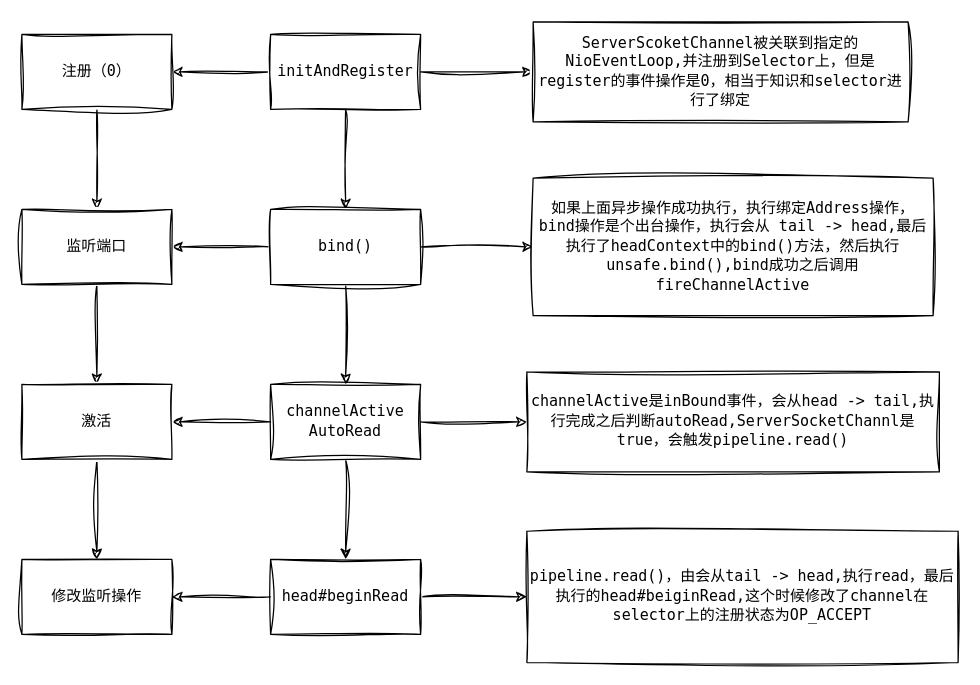
Earlier version of the draw.io diagram 启动流程.drawio (trekked/drawio). Source tidied: cells renumbered, new cells numbered last; positions are measured from the earlier drawing's top-left corner, leaving out a move shared by most shapes. Both pictures are drawn from the tidied source at 125%, with x=0, y=0 at pixel (21, 21).
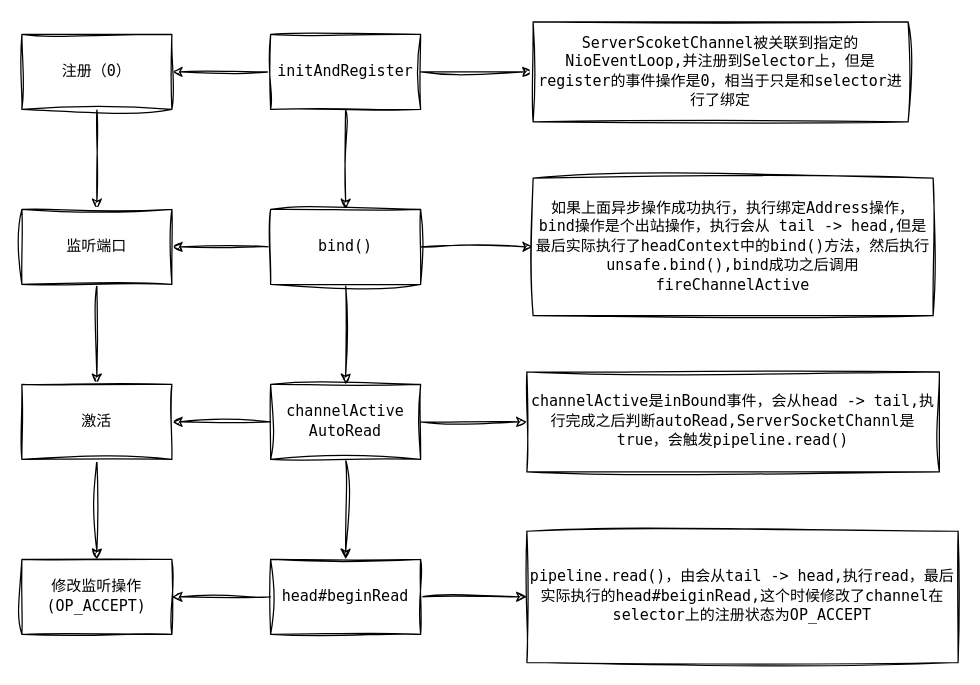
Above is the later version.

Commit message:
更新启动流程.drawio

What changed in the source:
```diff
@@
-    <mxCell id="17" value="&lt;font face=&quot;Monaco, monospace&quot;&gt;ServerScoketChannel被关联到指定的NioEventLoop,并注册到Selector上，但是register的事件操作是0，相当于知识和selector进行了绑定&lt;/font&gt;" style="rounded=0;whiteSpace=wrap;html=1;sketch=1;hachureGap=4;jiggle=2;curveFitting=1;fontFamily=Architects Daughter;" parent="1" vertex="1">
+    <mxCell id="17" value="&lt;font face=&quot;Monaco, monospace&quot;&gt;ServerScoketChannel被关联到指定的NioEventLoop,并注册到Selector上，但是register的事件操作是0，相当于只是和selector进行了绑定&lt;/font&gt;" style="rounded=0;whiteSpace=wrap;html=1;sketch=1;hachureGap=4;jiggle=2;curveFitting=1;fontFamily=Architects Daughter;" parent="1" vertex="1">
       <mxGeometry x="409" width="300" height="80" as="geometry" />
     </mxCell>
-    <mxCell id="18" value="&lt;font face=&quot;Monaco, monospace&quot;&gt;如果上面异步操作成功执行，执行绑定Address操作，bind操作是个出台操作，执行会从 tail -&amp;gt; head,最后执行了headContext中的bind()方法，然后执行unsafe.bind(),bind成功之后调用fireChannelActive&lt;/font&gt;" style="whiteSpace=wrap;html=1;fontFamily=Architects Daughter;rounded=0;sketch=1;hachureGap=4;jiggle=2;curveFitting=1;" parent="1" vertex="1">
+    <mxCell id="18" value="&lt;font face=&quot;Monaco, monospace&quot;&gt;如果上面异步操作成功执行，执行绑定Address操作，bind操作是个出站操作，执行会从 tail -&amp;gt; head,但是最后实际执行了headContext中的bind()方法，然后执行unsafe.bind(),bind成功之后调用fireChannelActive&lt;/font&gt;" style="whiteSpace=wrap;html=1;fontFamily=Architects Daughter;rounded=0;sketch=1;hachureGap=4;jiggle=2;curveFitting=1;" parent="1" vertex="1">
       <mxGeometry x="409" y="125" width="320" height="110" as="geometry" />
     </mxCell>
@@
-    <mxCell id="20" value="&lt;font face=&quot;Monaco, monospace&quot;&gt;pipeline.read()，由会从tail -&amp;gt; head,执行read，最后执行的head#beiginRead,这个时候修改了channel在selector上的注册状态为OP_ACCEPT&lt;/font&gt;" style="whiteSpace=wrap;html=1;fontFamily=Architects Daughter;rounded=0;sketch=1;hachureGap=4;jiggle=2;curveFitting=1;" parent="1" vertex="1">
+    <mxCell id="20" value="&lt;font face=&quot;Monaco, monospace&quot;&gt;pipeline.read()，由会从tail -&amp;gt; head,执行read，最后实际执行的head#beiginRead,这个时候修改了channel在selector上的注册状态为OP_ACCEPT&lt;/font&gt;" style="whiteSpace=wrap;html=1;fontFamily=Architects Daughter;rounded=0;sketch=1;hachureGap=4;jiggle=2;curveFitting=1;" parent="1" vertex="1">
       <mxGeometry x="404" y="407.5" width="345" height="105" as="geometry" />
     </mxCell>
@@
-    <mxCell id="27" value="&lt;font face=&quot;Monaco, monospace&quot;&gt;修改监听操作&lt;/font&gt;" style="rounded=0;whiteSpace=wrap;html=1;sketch=1;hachureGap=4;jiggle=2;curveFitting=1;fontFamily=Architects Daughter;" parent="1" vertex="1">
+    <mxCell id="27" value="&lt;font face=&quot;Monaco, monospace&quot;&gt;修改监听操作(OP_ACCEPT)&lt;/font&gt;" style="rounded=0;whiteSpace=wrap;html=1;sketch=1;hachureGap=4;jiggle=2;curveFitting=1;fontFamily=Architects Daughter;" parent="1" vertex="1">
       <mxGeometry y="430" width="120" height="60" as="geometry" />
     </mxCell>
```
